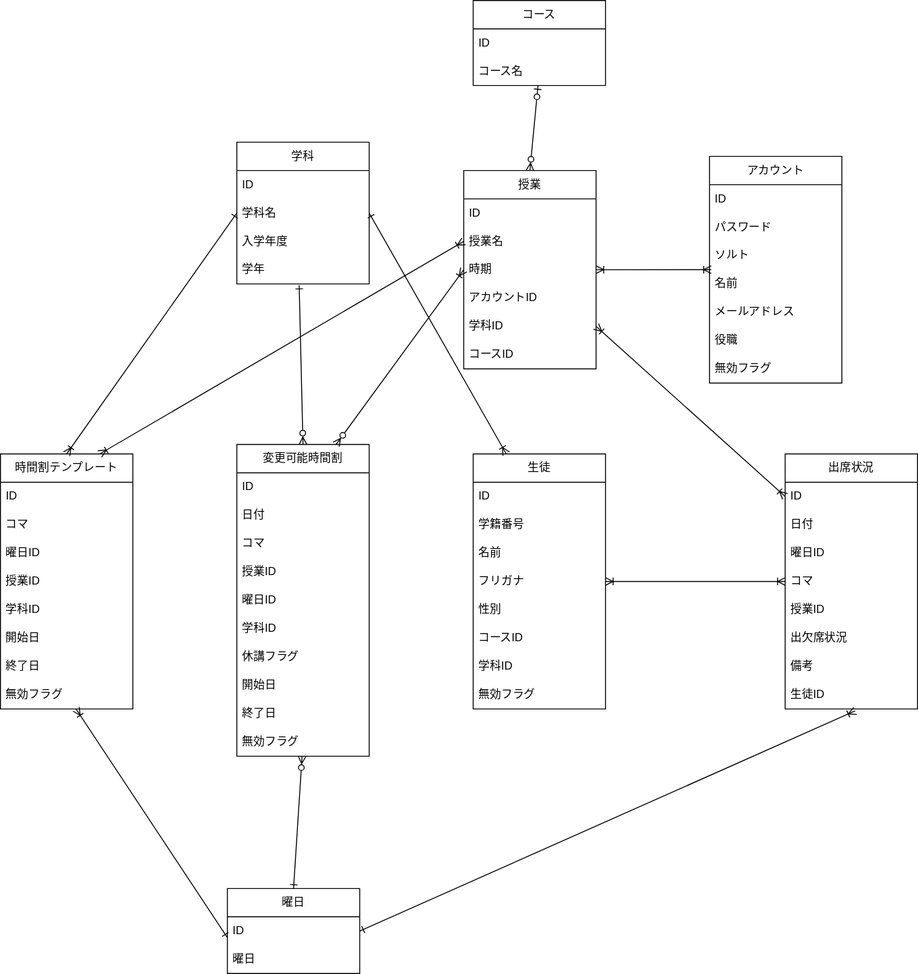
The draw.io diagram データベース.drawio.svg in Raiki215/project_j, before a commit. Source tidied: cells renumbered, new cells last; positions are measured from the earlier drawing's top-left corner, leaving out a move shared by most shapes.
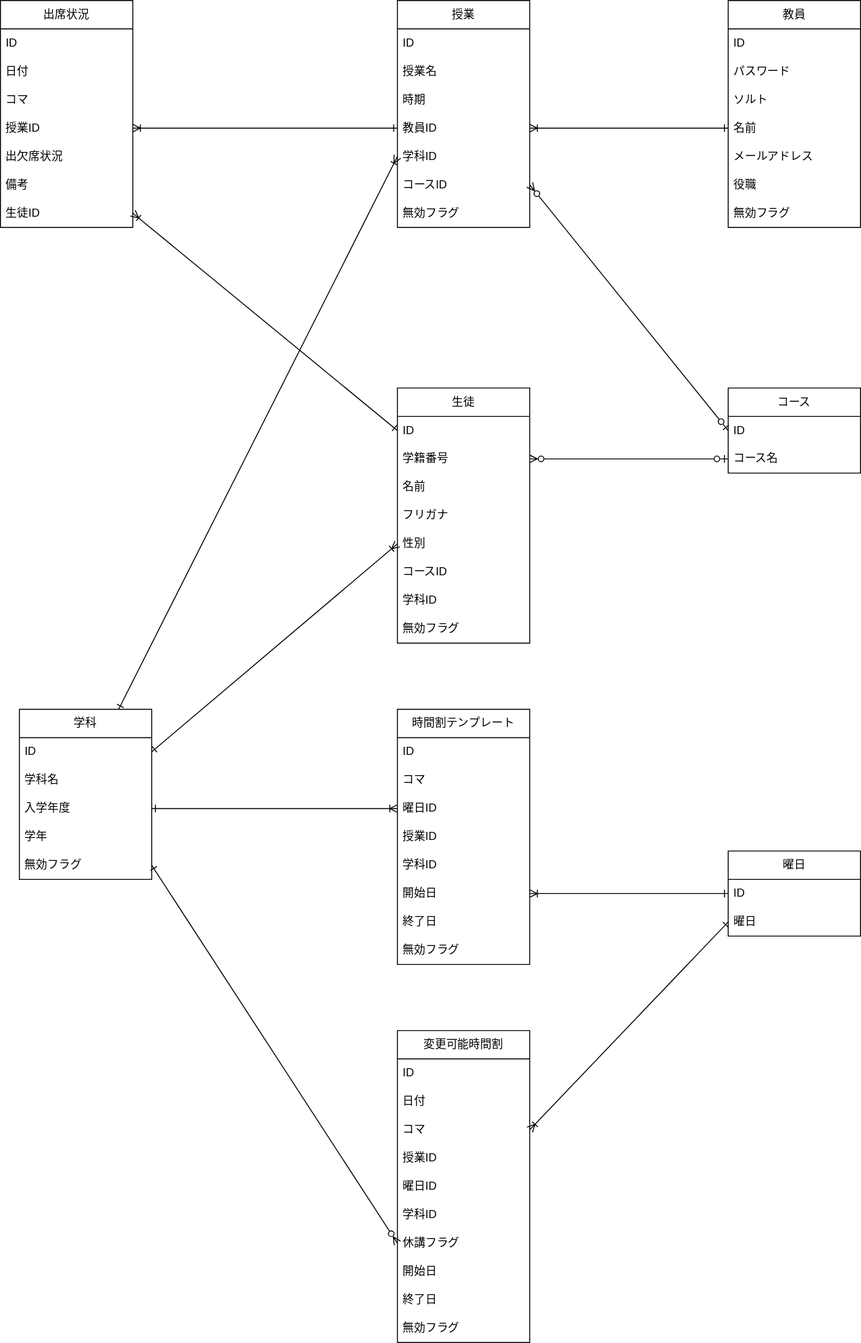
Above is the later version.

Diff of the diagram source:
```diff
@@ -3,7 +3,7 @@
     <mxCell id="0" />
     <mxCell id="1" parent="0" />
     <mxCell id="2" value="学科" style="swimlane;fontStyle=0;horizontal=1;startSize=30;whiteSpace=wrap;html=1;" parent="1" vertex="1">
-      <mxGeometry x="250" y="150" width="140" height="150" as="geometry" />
+      <mxGeometry x="-550" y="340" width="140" height="180" as="geometry" />
     </mxCell>
     <mxCell id="3" value="ID" style="text;strokeColor=none;fillColor=none;align=left;verticalAlign=middle;spacingLeft=4;spacingRight=4;overflow=hidden;points=[[0,0.5],[1,0.5]];portConstraint=eastwest;whiteSpace=wrap;html=1;" parent="2" vertex="1">
       <mxGeometry y="30" width="140" height="30" as="geometry" />
@@ -17,8 +17,11 @@
     <mxCell id="6" value="学年" style="text;strokeColor=none;fillColor=none;align=left;verticalAlign=middle;spacingLeft=4;spacingRight=4;overflow=hidden;points=[[0,0.5],[1,0.5]];portConstraint=eastwest;whiteSpace=wrap;html=1;" parent="2" vertex="1">
       <mxGeometry y="120" width="140" height="30" as="geometry" />
     </mxCell>
+    <mxCell id="78" value="無効フラグ" style="text;strokeColor=none;fillColor=none;align=left;verticalAlign=middle;spacingLeft=4;spacingRight=4;overflow=hidden;points=[[0,0.5],[1,0.5]];portConstraint=eastwest;whiteSpace=wrap;html=1;" parent="2" vertex="1">
+      <mxGeometry y="150" width="140" height="30" as="geometry" />
+    </mxCell>
     <mxCell id="7" value="生徒" style="swimlane;fontStyle=0;horizontal=1;startSize=30;whiteSpace=wrap;html=1;" parent="1" vertex="1">
-      <mxGeometry x="500" y="480" width="140" height="270" as="geometry" />
+      <mxGeometry x="-150" width="140" height="270" as="geometry" />
     </mxCell>
     <mxCell id="8" value="ID" style="text;strokeColor=none;fillColor=none;align=left;verticalAlign=middle;spacingLeft=4;spacingRight=4;overflow=hidden;points=[[0,0.5],[1,0.5]];portConstraint=eastwest;whiteSpace=wrap;html=1;" parent="7" vertex="1">
       <mxGeometry y="30" width="140" height="30" as="geometry" />
@@ -45,7 +48,7 @@
       <mxGeometry y="240" width="140" height="30" as="geometry" />
     </mxCell>
     <mxCell id="16" value="出席状況" style="swimlane;fontStyle=0;horizontal=1;startSize=30;whiteSpace=wrap;html=1;" parent="1" vertex="1">
-      <mxGeometry x="830" y="480" width="140" height="270" as="geometry" />
+      <mxGeometry x="-570" y="-410" width="140" height="240" as="geometry" />
     </mxCell>
     <mxCell id="17" value="ID" style="text;strokeColor=none;fillColor=none;align=left;verticalAlign=middle;spacingLeft=4;spacingRight=4;overflow=hidden;points=[[0,0.5],[1,0.5]];portConstraint=eastwest;whiteSpace=wrap;html=1;" parent="16" vertex="1">
       <mxGeometry y="30" width="140" height="30" as="geometry" />
@@ -53,26 +56,23 @@
     <mxCell id="18" value="日付" style="text;strokeColor=none;fillColor=none;align=left;verticalAlign=middle;spacingLeft=4;spacingRight=4;overflow=hidden;whiteSpace=wrap;html=1;" parent="16" vertex="1">
       <mxGeometry y="60" width="140" height="30" as="geometry" />
     </mxCell>
-    <mxCell id="19" value="曜日ID" style="text;strokeColor=none;fillColor=none;align=left;verticalAlign=middle;spacingLeft=4;spacingRight=4;overflow=hidden;whiteSpace=wrap;html=1;" parent="16" vertex="1">
-      <mxGeometry y="90" width="140" height="30" as="geometry" />
-    </mxCell>
     <mxCell id="20" value="コマ" style="text;strokeColor=none;fillColor=none;align=left;verticalAlign=middle;spacingLeft=4;spacingRight=4;overflow=hidden;points=[[0,0.5],[1,0.5]];portConstraint=eastwest;whiteSpace=wrap;html=1;" parent="16" vertex="1">
-      <mxGeometry y="120" width="140" height="30" as="geometry" />
+      <mxGeometry y="90" width="140" height="30" as="geometry" />
     </mxCell>
     <mxCell id="21" value="授業ID" style="text;strokeColor=none;fillColor=none;align=left;verticalAlign=middle;spacingLeft=4;spacingRight=4;overflow=hidden;points=[[0,0.5],[1,0.5]];portConstraint=eastwest;whiteSpace=wrap;html=1;" parent="16" vertex="1">
-      <mxGeometry y="150" width="140" height="30" as="geometry" />
+      <mxGeometry y="120" width="140" height="30" as="geometry" />
     </mxCell>
     <mxCell id="22" value="出欠席状況" style="text;strokeColor=none;fillColor=none;align=left;verticalAlign=middle;spacingLeft=4;spacingRight=4;overflow=hidden;whiteSpace=wrap;html=1;" parent="16" vertex="1">
-      <mxGeometry y="180" width="140" height="30" as="geometry" />
+      <mxGeometry y="150" width="140" height="30" as="geometry" />
     </mxCell>
     <mxCell id="23" value="備考" style="text;strokeColor=none;fillColor=none;align=left;verticalAlign=middle;spacingLeft=4;spacingRight=4;overflow=hidden;whiteSpace=wrap;html=1;" parent="16" vertex="1">
-      <mxGeometry y="210" width="140" height="30" as="geometry" />
+      <mxGeometry y="180" width="140" height="30" as="geometry" />
     </mxCell>
     <mxCell id="24" value="生徒ID" style="text;strokeColor=none;fillColor=none;align=left;verticalAlign=middle;spacingLeft=4;spacingRight=4;overflow=hidden;points=[[0,0.5],[1,0.5]];portConstraint=eastwest;whiteSpace=wrap;html=1;" parent="16" vertex="1">
-      <mxGeometry y="240" width="140" height="30" as="geometry" />
+      <mxGeometry y="210" width="140" height="30" as="geometry" />
     </mxCell>
-    <mxCell id="25" value="アカウント" style="swimlane;fontStyle=0;horizontal=1;startSize=30;whiteSpace=wrap;html=1;" parent="1" vertex="1">
-      <mxGeometry x="750" y="165" width="140" height="240" as="geometry" />
+    <mxCell id="25" value="教員" style="swimlane;fontStyle=0;horizontal=1;startSize=30;whiteSpace=wrap;html=1;" parent="1" vertex="1">
+      <mxGeometry x="200" y="-410" width="140" height="240" as="geometry" />
     </mxCell>
     <mxCell id="26" value="ID" style="text;strokeColor=none;fillColor=none;align=left;verticalAlign=middle;spacingLeft=4;spacingRight=4;overflow=hidden;whiteSpace=wrap;html=1;" parent="25" vertex="1">
       <mxGeometry y="30" width="140" height="30" as="geometry" />
@@ -96,7 +96,7 @@
       <mxGeometry y="210" width="140" height="30" as="geometry" />
     </mxCell>
     <mxCell id="33" value="コース" style="swimlane;fontStyle=0;horizontal=1;startSize=30;whiteSpace=wrap;html=1;" parent="1" vertex="1">
-      <mxGeometry x="500" width="140" height="90" as="geometry" />
+      <mxGeometry x="200" width="140" height="90" as="geometry" />
     </mxCell>
     <mxCell id="34" value="ID" style="text;strokeColor=none;fillColor=none;align=left;verticalAlign=middle;spacingLeft=4;spacingRight=4;overflow=hidden;points=[[0,0.5],[1,0.5]];portConstraint=eastwest;whiteSpace=wrap;html=1;" parent="33" vertex="1">
       <mxGeometry y="30" width="140" height="30" as="geometry" />
@@ -105,7 +105,7 @@
       <mxGeometry y="60" width="140" height="30" as="geometry" />
     </mxCell>
     <mxCell id="36" value="時間割テンプレート" style="swimlane;fontStyle=0;horizontal=1;startSize=30;whiteSpace=wrap;html=1;" parent="1" vertex="1">
-      <mxGeometry y="480" width="140" height="270" as="geometry" />
+      <mxGeometry x="-150" y="340" width="140" height="270" as="geometry" />
     </mxCell>
     <mxCell id="37" value="ID" style="text;strokeColor=none;fillColor=none;align=left;verticalAlign=middle;spacingLeft=4;spacingRight=4;overflow=hidden;whiteSpace=wrap;html=1;" parent="36" vertex="1">
       <mxGeometry y="30" width="140" height="30" as="geometry" />
@@ -132,7 +132,7 @@
       <mxGeometry y="240" width="140" height="30" as="geometry" />
     </mxCell>
     <mxCell id="45" value="曜日" style="swimlane;fontStyle=0;horizontal=1;startSize=30;whiteSpace=wrap;html=1;" parent="1" vertex="1">
-      <mxGeometry x="240" y="940" width="140" height="90" as="geometry" />
+      <mxGeometry x="200" y="490" width="140" height="90" as="geometry" />
     </mxCell>
     <mxCell id="46" value="ID" style="text;strokeColor=none;fillColor=none;align=left;verticalAlign=middle;spacingLeft=4;spacingRight=4;overflow=hidden;points=[[0,0.5],[1,0.5]];portConstraint=eastwest;whiteSpace=wrap;html=1;" parent="45" vertex="1">
       <mxGeometry y="30" width="140" height="30" as="geometry" />
@@ -141,7 +141,7 @@
       <mxGeometry y="60" width="140" height="30" as="geometry" />
     </mxCell>
     <mxCell id="48" value="変更可能時間割" style="swimlane;fontStyle=0;horizontal=1;startSize=30;whiteSpace=wrap;html=1;" parent="1" vertex="1">
-      <mxGeometry x="250" y="470" width="140" height="330" as="geometry" />
+      <mxGeometry x="-150" y="680" width="140" height="330" as="geometry" />
     </mxCell>
     <mxCell id="49" value="ID" style="text;strokeColor=none;fillColor=none;align=left;verticalAlign=middle;spacingLeft=4;spacingRight=4;overflow=hidden;whiteSpace=wrap;html=1;" parent="48" vertex="1">
       <mxGeometry y="30" width="140" height="30" as="geometry" />
@@ -174,7 +174,7 @@
       <mxGeometry y="300" width="140" height="30" as="geometry" />
     </mxCell>
     <mxCell id="59" value="授業" style="swimlane;fontStyle=0;horizontal=1;startSize=30;whiteSpace=wrap;html=1;" parent="1" vertex="1">
-      <mxGeometry x="490" y="180" width="140" height="210" as="geometry" />
+      <mxGeometry x="-150" y="-410" width="140" height="240" as="geometry" />
     </mxCell>
     <mxCell id="60" value="ID" style="text;strokeColor=none;fillColor=none;align=left;verticalAlign=middle;spacingLeft=4;spacingRight=4;overflow=hidden;whiteSpace=wrap;html=1;" parent="59" vertex="1">
       <mxGeometry y="30" width="140" height="30" as="geometry" />
@@ -185,7 +185,7 @@
     <mxCell id="62" value="時期" style="text;strokeColor=none;fillColor=none;align=left;verticalAlign=middle;spacingLeft=4;spacingRight=4;overflow=hidden;points=[[0,0.5],[1,0.5]];portConstraint=eastwest;whiteSpace=wrap;html=1;" parent="59" vertex="1">
       <mxGeometry y="90" width="140" height="30" as="geometry" />
     </mxCell>
-    <mxCell id="63" value="アカウントID" style="text;strokeColor=none;fillColor=none;align=left;verticalAlign=middle;spacingLeft=4;spacingRight=4;overflow=hidden;points=[[0,0.5],[1,0.5]];portConstraint=eastwest;whiteSpace=wrap;html=1;" parent="59" vertex="1">
+    <mxCell id="63" value="教員ID" style="text;strokeColor=none;fillColor=none;align=left;verticalAlign=middle;spacingLeft=4;spacingRight=4;overflow=hidden;points=[[0,0.5],[1,0.5]];portConstraint=eastwest;whiteSpace=wrap;html=1;" parent="59" vertex="1">
       <mxGeometry y="120" width="140" height="30" as="geometry" />
     </mxCell>
     <mxCell id="64" value="学科ID" style="text;strokeColor=none;fillColor=none;align=left;verticalAlign=middle;spacingLeft=4;spacingRight=4;overflow=hidden;points=[[0,0.5],[1,0.5]];portConstraint=eastwest;whiteSpace=wrap;html=1;" parent="59" vertex="1">
@@ -194,43 +194,41 @@
     <mxCell id="65" value="コースID" style="text;strokeColor=none;fillColor=none;align=left;verticalAlign=middle;spacingLeft=4;spacingRight=4;overflow=hidden;points=[[0,0.5],[1,0.5]];portConstraint=eastwest;whiteSpace=wrap;html=1;" parent="59" vertex="1">
       <mxGeometry y="180" width="140" height="30" as="geometry" />
     </mxCell>
-    <mxCell id="66" style="endArrow=ERone;startArrow=ERoneToMany;html=1;exitX=0.5;exitY=0;exitDx=0;exitDy=0;entryX=0;entryY=0.5;entryDx=0;entryDy=0;startFill=0;endFill=0;" parent="1" edge="1" source="36" target="4">
-      <mxGeometry relative="1" as="geometry" />
-    </mxCell>
-    <mxCell id="67" style="endArrow=ERone;startArrow=ERzeroToMany;html=1;exitX=0.5;exitY=0;exitDx=0;exitDy=0;entryX=0.471;entryY=1.044;entryDx=0;entryDy=0;startFill=0;endFill=0;entryPerimeter=0;" parent="1" edge="1" source="48" target="6">
-      <mxGeometry relative="1" as="geometry" />
-    </mxCell>
-    <mxCell id="68" style="endArrow=ERone;startArrow=ERoneToMany;html=1;exitX=0.25;exitY=0;exitDx=0;exitDy=0;entryX=1;entryY=0.5;entryDx=0;entryDy=0;startFill=0;endFill=0;" parent="1" edge="1" source="7" target="4">
-      <mxGeometry relative="1" as="geometry" />
-    </mxCell>
-    <mxCell id="69" style="endArrow=ERoneToMany;startArrow=ERoneToMany;html=1;exitX=0;exitY=0.5;exitDx=0;exitDy=0;entryX=1;entryY=0.5;entryDx=0;entryDy=0;startFill=0;endFill=0;" parent="1" edge="1" source="20" target="11">
-      <mxGeometry relative="1" as="geometry" />
-    </mxCell>
-    <mxCell id="70" style="endArrow=ERzeroToOne;startArrow=ERzeroToMany;html=1;exitX=0.5;exitY=0;exitDx=0;exitDy=0;startFill=0;endFill=0;" parent="1" edge="1" source="59" target="35">
-      <mxGeometry relative="1" as="geometry" />
-    </mxCell>
-    <mxCell id="71" style="endArrow=ERoneToMany;startArrow=ERoneToMany;html=1;exitX=0;exitY=0.5;exitDx=0;exitDy=0;entryX=1;entryY=0.5;entryDx=0;entryDy=0;startFill=0;endFill=0;" parent="1" edge="1" source="17" target="64">
-      <mxGeometry relative="1" as="geometry" />
-    </mxCell>
-    <mxCell id="72" style="endArrow=ERone;startArrow=ERoneToMany;html=1;entryX=0;entryY=-0.267;entryDx=0;entryDy=0;startFill=0;endFill=0;entryPerimeter=0;" parent="1" edge="1" source="44" target="47">
-      <mxGeometry relative="1" as="geometry" />
-    </mxCell>
-    <mxCell id="73" style="endArrow=ERone;startArrow=ERzeroToMany;html=1;entryX=0.5;entryY=0;entryDx=0;entryDy=0;startFill=0;endFill=0;" parent="1" edge="1" source="58" target="45">
-      <mxGeometry relative="1" as="geometry" />
-    </mxCell>
-    <mxCell id="74" style="endArrow=ERone;startArrow=ERoneToMany;html=1;entryX=1;entryY=0.5;entryDx=0;entryDy=0;startFill=0;endFill=0;exitX=0.529;exitY=1.067;exitDx=0;exitDy=0;exitPerimeter=0;" parent="1" edge="1" source="24" target="46">
-      <mxGeometry relative="1" as="geometry" />
-    </mxCell>
-    <mxCell id="75" style="endArrow=ERoneToMany;startArrow=ERoneToMany;html=1;exitX=0.75;exitY=0;exitDx=0;exitDy=0;entryX=0;entryY=0.5;entryDx=0;entryDy=0;startFill=0;endFill=0;" parent="1" edge="1" source="36" target="61">
-      <mxGeometry relative="1" as="geometry" />
-    </mxCell>
-    <mxCell id="76" style="endArrow=ERoneToMany;startArrow=ERzeroToMany;html=1;exitX=0.75;exitY=0;exitDx=0;exitDy=0;entryX=0;entryY=0.5;entryDx=0;entryDy=0;startFill=0;endFill=0;" parent="1" edge="1" source="48">
-      <mxGeometry relative="1" as="geometry">
-        <mxPoint x="490" y="285" as="targetPoint" />
-      </mxGeometry>
-    </mxCell>
-    <mxCell id="77" style="endArrow=ERoneToMany;startArrow=ERoneToMany;html=1;exitX=0.013;exitY=-0.001;exitDx=0;exitDy=0;entryX=1;entryY=0.5;entryDx=0;entryDy=0;startFill=0;endFill=0;exitPerimeter=0;" parent="1" edge="1" source="29" target="62">
-      <mxGeometry relative="1" as="geometry" />
-    </mxCell>
+    <mxCell id="79" value="無効フラグ" style="text;strokeColor=none;fillColor=none;align=left;verticalAlign=middle;spacingLeft=4;spacingRight=4;overflow=hidden;whiteSpace=wrap;html=1;" parent="59" vertex="1">
+      <mxGeometry y="210" width="140" height="30" as="geometry" />
+    </mxCell>
+    <mxCell id="80" style="endArrow=ERoneToMany;startArrow=ERone;html=1;exitX=1;exitY=0.5;exitDx=0;exitDy=0;entryX=0;entryY=0.5;entryDx=0;entryDy=0;startFill=0;endFill=0;" parent="1" edge="1" source="5" target="39">
+      <mxGeometry relative="1" as="geometry" />
+    </mxCell>
+    <mxCell id="81" style="endArrow=ERzeroToMany;startArrow=ERone;html=1;exitX=1;exitY=0.5;exitDx=0;exitDy=0;entryX=0;entryY=0.5;entryDx=0;entryDy=0;startFill=0;endFill=0;" parent="1" edge="1" source="78" target="55">
+      <mxGeometry relative="1" as="geometry" />
+    </mxCell>
+    <mxCell id="82" style="endArrow=ERoneToMany;startArrow=ERone;html=1;startFill=0;endFill=0;entryX=0;entryY=0.5;entryDx=0;entryDy=0;exitX=1;exitY=0.5;exitDx=0;exitDy=0;" parent="1" edge="1" source="3" target="12">
+      <mxGeometry relative="1" as="geometry" />
+    </mxCell>
+    <mxCell id="83" style="endArrow=ERoneToMany;startArrow=ERone;html=1;exitX=0.75;exitY=0;exitDx=0;exitDy=0;entryX=0;entryY=0.5;entryDx=0;entryDy=0;startFill=0;endFill=0;" parent="1" edge="1" source="2" target="64">
+      <mxGeometry relative="1" as="geometry" />
+    </mxCell>
+    <mxCell id="84" style="endArrow=ERone;startArrow=ERoneToMany;html=1;exitX=1;exitY=0.5;exitDx=0;exitDy=0;entryX=0;entryY=0.5;entryDx=0;entryDy=0;endFill=0;startFill=0;" parent="1" edge="1" source="21" target="63">
+      <mxGeometry relative="1" as="geometry" />
+    </mxCell>
+    <mxCell id="85" style="endArrow=ERone;startArrow=ERoneToMany;html=1;exitX=1;exitY=0.5;exitDx=0;exitDy=0;entryX=0;entryY=0.5;entryDx=0;entryDy=0;endFill=0;startFill=0;" parent="1" edge="1" source="24" target="8">
+      <mxGeometry relative="1" as="geometry" />
+    </mxCell>
+    <mxCell id="86" style="endArrow=ERone;startArrow=ERoneToMany;html=1;exitX=1;exitY=0.5;exitDx=0;exitDy=0;entryX=0;entryY=0.5;entryDx=0;entryDy=0;endFill=0;startFill=0;" parent="1" edge="1" source="63" target="29">
+      <mxGeometry relative="1" as="geometry" />
+    </mxCell>
+    <mxCell id="87" style="endArrow=ERzeroToOne;startArrow=ERzeroToMany;html=1;exitX=1;exitY=0.5;exitDx=0;exitDy=0;entryX=0;entryY=0.5;entryDx=0;entryDy=0;endFill=0;startFill=0;" parent="1" edge="1" source="65" target="34">
+      <mxGeometry relative="1" as="geometry" />
+    </mxCell>
+    <mxCell id="88" style="endArrow=ERzeroToOne;startArrow=ERzeroToMany;html=1;exitX=1;exitY=0.5;exitDx=0;exitDy=0;entryX=0;entryY=0.5;entryDx=0;entryDy=0;endFill=0;startFill=0;" parent="1" edge="1" source="9" target="35">
+      <mxGeometry relative="1" as="geometry" />
+    </mxCell>
+    <mxCell id="89" style="endArrow=ERoneToMany;startArrow=ERone;html=1;exitX=0;exitY=0.5;exitDx=0;exitDy=0;entryX=1;entryY=0.5;entryDx=0;entryDy=0;startFill=0;endFill=0;" parent="1" edge="1" source="47" target="51">
+      <mxGeometry relative="1" as="geometry" />
+    </mxCell>
+    <mxCell id="90" style="endArrow=ERoneToMany;startArrow=ERone;html=1;exitX=0;exitY=0.5;exitDx=0;exitDy=0;entryX=1;entryY=0.5;entryDx=0;entryDy=0;startFill=0;endFill=0;" parent="1" edge="1" source="46" target="42">
+      <mxGeometry relative="1" as="geometry" />
+    </mxCell>
   </root>
 </mxGraphModel>
```
